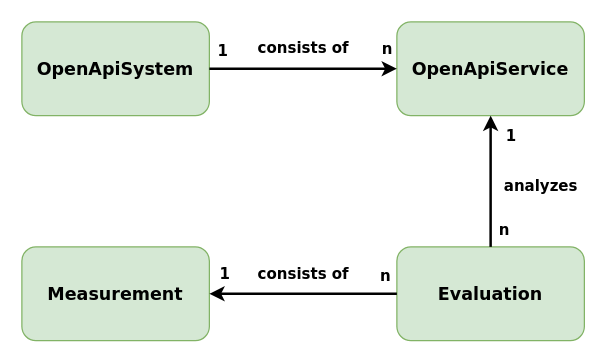
Before: docs/domain-model.drawio in restful-ma/rama-cli, a draw.io diagram. Source tidied: cells renumbered, new cells numbered last; positions are measured from the earlier drawing's top-left corner, leaving out a move shared by most shapes. Both pictures are drawn from the tidied source at 125%, with x=0, y=0 at pixel (21, 21).
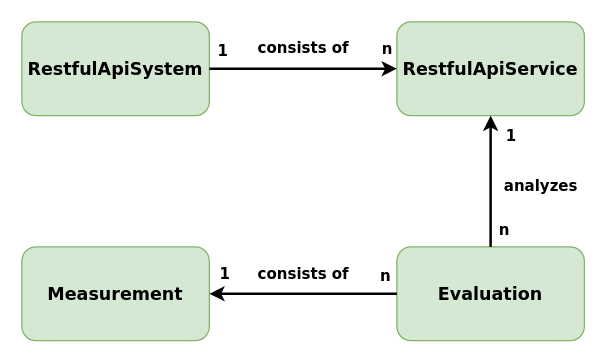
The same diagram, later.

What changed in the source:
```diff
@@
 <mxGraphModel>
   <root>
     <mxCell id="0" />
     <mxCell id="1" parent="0" />
-    <mxCell id="2" value="OpenApiSystem" style="rounded=1;whiteSpace=wrap;html=1;fillColor=#d5e8d4;strokeColor=#82b366;fontStyle=1;fontFamily=Verdana;fontSize=14;" parent="1" vertex="1">
+    <mxCell id="2" value="RestfulApiSystem" style="rounded=1;whiteSpace=wrap;html=1;fillColor=#d5e8d4;strokeColor=#82b366;fontStyle=1;fontFamily=Verdana;fontSize=14;" parent="1" vertex="1">
       <mxGeometry width="150" height="75" as="geometry" />
     </mxCell>
-    <mxCell id="3" value="OpenApiService" style="rounded=1;whiteSpace=wrap;html=1;fillColor=#d5e8d4;strokeColor=#82b366;fontStyle=1;fontFamily=Verdana;fontSize=14;" parent="1" vertex="1">
+    <mxCell id="3" value="RestfulApiService" style="rounded=1;whiteSpace=wrap;html=1;fillColor=#d5e8d4;strokeColor=#82b366;fontStyle=1;fontFamily=Verdana;fontSize=14;" parent="1" vertex="1">
       <mxGeometry x="300" width="150" height="75" as="geometry" />
     </mxCell>
     <mxCell id="4" value="consists of" style="endArrow=classic;html=1;edgeStyle=orthogonalEdgeStyle;fontFamily=Verdana;fontSize=12;rounded=0;endFill=1;strokeWidth=2;fontStyle=1;spacingBottom=-3;spacingRight=-9;" parent="1" edge="1" source="2" target="3">
       <mxGeometry x="-0.07" y="18" relative="1" as="geometry" />
     </mxCell>
     <mxCell id="5" value="1" style="html=1;align=left;verticalAlign=bottom;labelBackgroundColor=#ffffff;fontSize=12;spacingBottom=-2;spacingLeft=-5;fontFamily=Verdana;fontStyle=1;" parent="4" vertex="1">
       <mxGeometry x="-1" relative="1" as="geometry">
         <mxPoint x="10" y="-7.5" as="offset" />
       </mxGeometry>
     </mxCell>
     <mxCell id="6" value="n" style="html=1;align=right;verticalAlign=bottom;labelBackgroundColor=#ffffff;fontSize=12;fontStyle=1;spacingRight=-4;spacingLeft=0;fontFamily=Verdana;" parent="4" vertex="1">
       <mxGeometry x="1" relative="1" as="geometry">
         <mxPoint x="-7.5" y="-7.5" as="offset" />
       </mxGeometry>
     </mxCell>
     <mxCell id="7" value="Evaluation" style="rounded=1;whiteSpace=wrap;html=1;fillColor=#d5e8d4;strokeColor=#82b366;fontStyle=1;fontFamily=Verdana;fontSize=14;" parent="1" vertex="1">
       <mxGeometry x="300" y="180" width="150" height="75" as="geometry" />
     </mxCell>
     <mxCell id="8" value="analyzes" style="endArrow=classic;html=1;edgeStyle=orthogonalEdgeStyle;fontFamily=Verdana;fontSize=12;rounded=0;endFill=1;strokeWidth=2;fontStyle=1;spacingBottom=-3;spacingRight=-9;" parent="1" edge="1" source="7" target="3">
       <mxGeometry x="-0.05" y="-35" relative="1" as="geometry" />
     </mxCell>
     <mxCell id="9" value="n" style="html=1;align=left;verticalAlign=bottom;labelBackgroundColor=#ffffff;fontSize=12;spacingBottom=-2;spacingLeft=-5;fontFamily=Verdana;fontStyle=1;" parent="8" vertex="1">
       <mxGeometry x="-1" relative="1" as="geometry">
         <mxPoint x="10" y="-7.5" as="offset" />
       </mxGeometry>
     </mxCell>
     <mxCell id="10" value="1" style="html=1;align=right;verticalAlign=bottom;labelBackgroundColor=#ffffff;fontSize=12;fontStyle=1;spacingRight=-6;spacingLeft=0;fontFamily=Verdana;" parent="8" vertex="1">
       <mxGeometry x="1" relative="1" as="geometry">
         <mxPoint x="15" y="25" as="offset" />
       </mxGeometry>
     </mxCell>
     <mxCell id="11" value="Measurement" style="rounded=1;whiteSpace=wrap;html=1;fillColor=#d5e8d4;strokeColor=#82b366;fontStyle=1;fontFamily=Verdana;fontSize=14;" parent="1" vertex="1">
       <mxGeometry y="180" width="150" height="75" as="geometry" />
     </mxCell>
     <mxCell id="12" value="consists of" style="endArrow=classic;html=1;edgeStyle=orthogonalEdgeStyle;fontFamily=Verdana;fontSize=12;rounded=0;endFill=1;strokeWidth=2;fontStyle=1;spacingBottom=-3;spacingRight=-9;" parent="1" edge="1" source="7" target="11">
       <mxGeometry x="0.07" y="-17" relative="1" as="geometry" />
     </mxCell>
     <mxCell id="13" value="n" style="html=1;align=left;verticalAlign=bottom;labelBackgroundColor=#ffffff;fontSize=12;spacingBottom=-2;spacingLeft=-5;fontFamily=Verdana;fontStyle=1;" parent="12" vertex="1">
       <mxGeometry x="-1" relative="1" as="geometry">
         <mxPoint x="-10" y="-7.5" as="offset" />
       </mxGeometry>
     </mxCell>
     <mxCell id="14" value="1" style="html=1;align=right;verticalAlign=bottom;labelBackgroundColor=#ffffff;fontSize=12;fontStyle=1;spacingRight=-6;spacingLeft=0;fontFamily=Verdana;" parent="12" vertex="1">
       <mxGeometry x="1" relative="1" as="geometry">
         <mxPoint x="10.5" y="-7.5" as="offset" />
       </mxGeometry>
     </mxCell>
   </root>
 </mxGraphModel>
```
